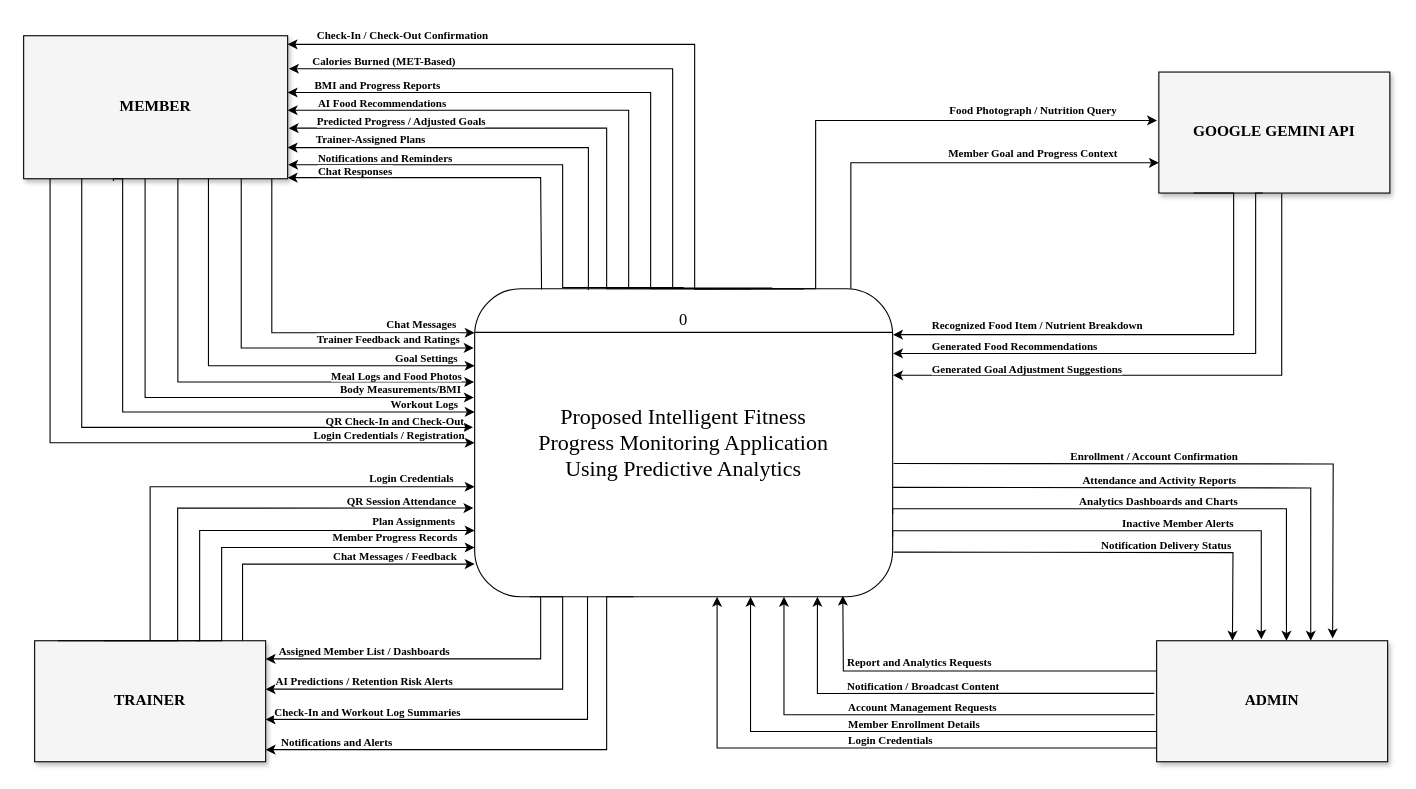
The draw.io diagram chapter123/ContextDiagramProposed.drawio in JohnPaul010505/capstsh, before the edit. Source tidied: cells renumbered, new cells numbered last; positions are measured from the earlier drawing's top-left corner, leaving out a move shared by most shapes. Both pictures are drawn from the tidied source at 110%, with x=0, y=0 at pixel (23, 19).
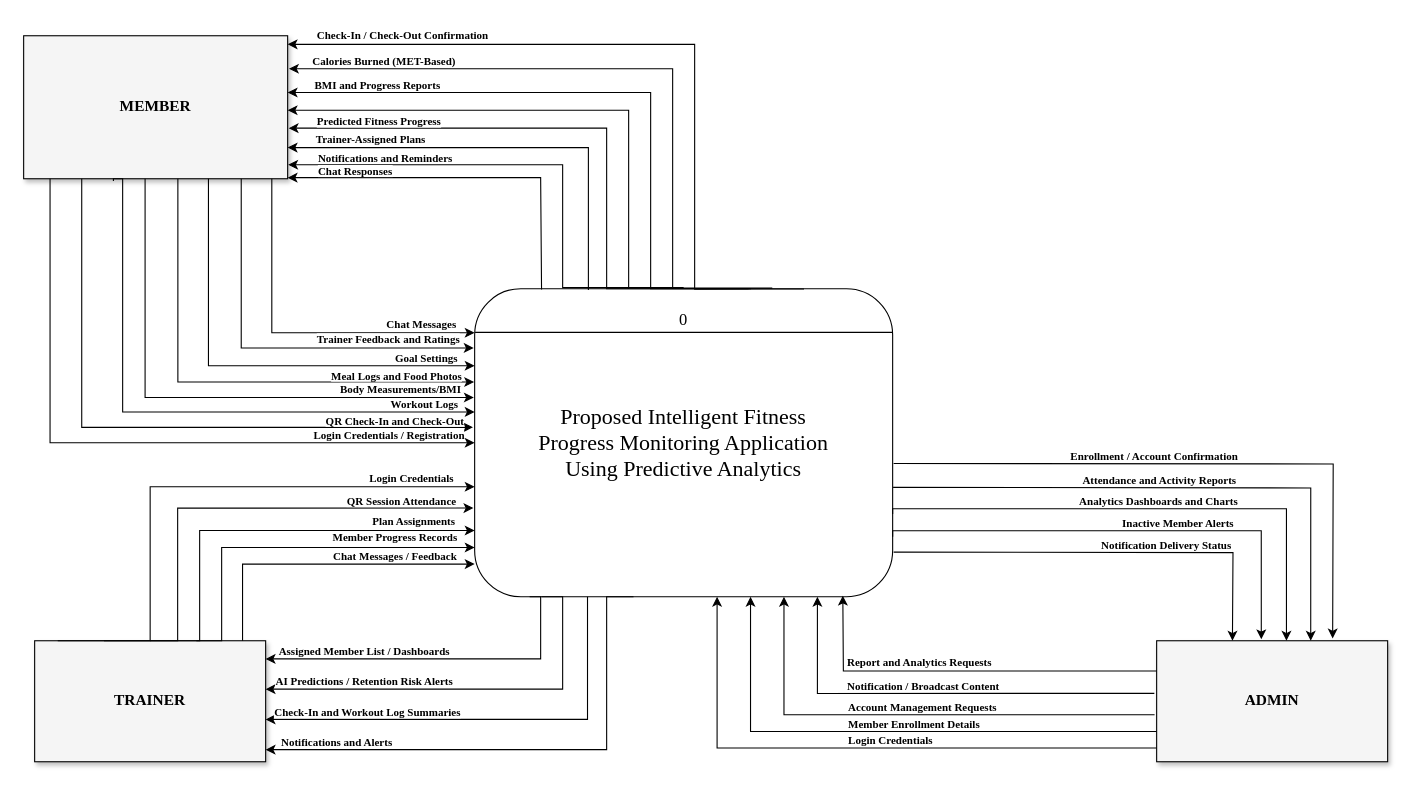
After the change.

Unchanged cells that the change refers to:
```xml
<mxCell id="6" value="&lt;font style=&quot;font-size: 15px;&quot;&gt;0&lt;/font&gt;&lt;br&gt;&lt;br&gt;&lt;font style=&quot;font-size: 20px;&quot;&gt;&lt;br&gt;&lt;/font&gt;&lt;div&gt;&lt;br&gt;&lt;/div&gt;&lt;div&gt;&lt;br&gt;&lt;/div&gt;&lt;div&gt;&lt;font style=&quot;font-size: 20px;&quot;&gt;Proposed Intelligent Fitness&lt;br&gt;Progress Monitoring Application&lt;br&gt;Using Predictive Analytics&lt;/font&gt;&lt;/div&gt;" style="rounded=1;whiteSpace=wrap;html=1;fontFamily=Times New Roman;fontSize=12;fillColor=none;strokeColor=#000000;verticalAlign=top;spacingTop=12;" parent="1" vertex="1">
  <mxGeometry x="410" y="245" width="380" height="280" as="geometry" />
</mxCell>
```

The edit, as a diff of the source:
```diff
@@
-    <mxCell id="3" value="GOOGLE GEMINI API" style="rounded=0;whiteSpace=wrap;html=1;fontFamily=Times New Roman;fontSize=14;fontStyle=1;fillColor=#F5F5F5;strokeColor=#000000;shadow=1;" parent="1" vertex="1">
-      <mxGeometry x="1032" y="48" width="210" height="110" as="geometry" />
-    </mxCell>
@@
-    <mxCell id="32" style="edgeStyle=orthogonalEdgeStyle;rounded=0;html=1;endArrow=classic;endFill=1;fontFamily=Times New Roman;fontSize=10;labelBackgroundColor=#FFFFFF;strokeColor=#000000;exitX=0.65;exitY=0;exitDx=0;exitDy=0;entryX=-0.008;entryY=0.4;entryDx=0;entryDy=0;entryPerimeter=0;" parent="1" edge="1" source="6" target="3">
-      <mxGeometry relative="1" as="geometry">
-        <Array as="points">
-          <mxPoint x="720" y="245" />
-          <mxPoint x="720" y="92" />
-        </Array>
-      </mxGeometry>
-    </mxCell>
-    <mxCell id="33" style="edgeStyle=orthogonalEdgeStyle;rounded=0;html=1;endArrow=classic;endFill=1;fontFamily=Times New Roman;fontSize=10;labelBackgroundColor=#FFFFFF;strokeColor=#000000;exitX=0.90;exitY=0;exitDx=0;exitDy=0;entryX=0;entryY=0.75;entryDx=0;entryDy=0;" parent="1" edge="1" source="6" target="3">
-      <mxGeometry relative="1" as="geometry" />
-    </mxCell>
-    <mxCell id="34" style="edgeStyle=orthogonalEdgeStyle;rounded=0;html=1;endArrow=classic;endFill=1;fontFamily=Times New Roman;fontSize=10;labelBackgroundColor=#FFFFFF;strokeColor=#000000;exitX=0.15;exitY=1;exitDx=0;exitDy=0;entryX=1.001;entryY=0.149;entryDx=0;entryDy=0;entryPerimeter=0;" parent="1" edge="1" source="3" target="6">
-      <mxGeometry relative="1" as="geometry">
-        <Array as="points">
-          <mxPoint x="1100" y="158" />
-          <mxPoint x="1100" y="286.7" />
-        </Array>
-      </mxGeometry>
-    </mxCell>
-    <mxCell id="35" style="edgeStyle=orthogonalEdgeStyle;rounded=0;html=1;endArrow=classic;endFill=1;fontFamily=Times New Roman;fontSize=10;labelBackgroundColor=#FFFFFF;strokeColor=#000000;exitX=0.45;exitY=1;exitDx=0;exitDy=0;entryX=1.001;entryY=0.21;entryDx=0;entryDy=0;entryPerimeter=0;" parent="1" edge="1" source="3" target="6">
-      <mxGeometry relative="1" as="geometry">
-        <Array as="points">
-          <mxPoint x="1120" y="158" />
-          <mxPoint x="1120" y="303.8" />
-        </Array>
-      </mxGeometry>
-    </mxCell>
-    <mxCell id="36" style="edgeStyle=orthogonalEdgeStyle;rounded=0;html=1;endArrow=classic;endFill=1;fontFamily=Times New Roman;fontSize=10;labelBackgroundColor=#FFFFFF;strokeColor=#000000;exitX=0.532;exitY=1.006;exitDx=0;exitDy=0;entryX=1.009;entryY=0.281;entryDx=0;entryDy=0;entryPerimeter=0;exitPerimeter=0;" parent="1" edge="1" source="3">
-      <mxGeometry relative="1" as="geometry">
-        <mxPoint x="790.4" y="323.7" as="targetPoint" />
-        <Array as="points">
-          <mxPoint x="1143.7" y="323.7" />
-        </Array>
-      </mxGeometry>
-    </mxCell>
@@
-    <mxCell id="68" value="&lt;span style=&quot;color: rgb(0, 0, 0); font-family: &amp;quot;Times New Roman&amp;quot;; font-size: 10px; font-style: normal; font-variant-ligatures: normal; font-variant-caps: normal; letter-spacing: normal; orphans: 2; text-align: center; text-indent: 0px; text-transform: none; widows: 2; word-spacing: 0px; -webkit-text-stroke-width: 0px; white-space: nowrap; background-color: rgb(255, 255, 255); text-decoration-thickness: initial; text-decoration-style: initial; text-decoration-color: initial; float: none; display: inline !important;&quot;&gt;AI Food Recommendations&lt;/span&gt;" style="text;whiteSpace=wrap;html=1;fontStyle=1;" parent="1" vertex="1">
-      <mxGeometry x="266" y="62" width="140" height="40" as="geometry" />
-    </mxCell>
-    <mxCell id="69" value="&lt;span style=&quot;color: rgb(0, 0, 0); font-family: &amp;quot;Times New Roman&amp;quot;; font-size: 10px; font-style: normal; font-variant-ligatures: normal; font-variant-caps: normal; letter-spacing: normal; orphans: 2; text-align: center; text-indent: 0px; text-transform: none; widows: 2; word-spacing: 0px; -webkit-text-stroke-width: 0px; white-space: nowrap; background-color: rgb(255, 255, 255); text-decoration-thickness: initial; text-decoration-style: initial; text-decoration-color: initial; float: none; display: inline !important;&quot;&gt;Predicted Progress / Adjusted Goals&lt;/span&gt;" style="text;whiteSpace=wrap;html=1;fontStyle=1;" parent="1" vertex="1">
+    <mxCell id="69" value="&lt;span style=&quot;color: rgb(0, 0, 0); font-family: &amp;quot;Times New Roman&amp;quot;; font-size: 10px; font-style: normal; font-variant-ligatures: normal; font-variant-caps: normal; letter-spacing: normal; orphans: 2; text-align: center; text-indent: 0px; text-transform: none; widows: 2; word-spacing: 0px; -webkit-text-stroke-width: 0px; white-space: nowrap; background-color: rgb(255, 255, 255); text-decoration-thickness: initial; text-decoration-style: initial; text-decoration-color: initial; float: none; display: inline !important;&quot;&gt;Predicted Fitness Progress&lt;/span&gt;" style="text;whiteSpace=wrap;html=1;fontStyle=1;" parent="1" vertex="1">
       <mxGeometry x="265" y="79" width="180" height="40" as="geometry" />
     </mxCell>
@@
-    <mxCell id="73" value="&lt;span style=&quot;color: rgb(0, 0, 0); font-family: &amp;quot;Times New Roman&amp;quot;; font-size: 10px; font-style: normal; font-variant-ligatures: normal; font-variant-caps: normal; letter-spacing: normal; orphans: 2; text-align: center; text-indent: 0px; text-transform: none; widows: 2; word-spacing: 0px; -webkit-text-stroke-width: 0px; white-space: nowrap; background-color: rgb(255, 255, 255); text-decoration-thickness: initial; text-decoration-style: initial; text-decoration-color: initial; float: none; display: inline !important;&quot;&gt;Food Photograph / Nutrition Query&lt;/span&gt;" style="text;whiteSpace=wrap;html=1;fontStyle=1;" parent="1" vertex="1">
-      <mxGeometry x="840" y="69" width="170" height="40" as="geometry" />
-    </mxCell>
-    <mxCell id="74" value="&lt;span style=&quot;color: rgb(0, 0, 0); font-family: &amp;quot;Times New Roman&amp;quot;; font-size: 10px; font-style: normal; font-variant-ligatures: normal; font-variant-caps: normal; letter-spacing: normal; orphans: 2; text-align: center; text-indent: 0px; text-transform: none; widows: 2; word-spacing: 0px; -webkit-text-stroke-width: 0px; white-space: nowrap; background-color: rgb(255, 255, 255); text-decoration-thickness: initial; text-decoration-style: initial; text-decoration-color: initial; float: none; display: inline !important;&quot;&gt;Member Goal and Progress Context&lt;/span&gt;" style="text;whiteSpace=wrap;html=1;fontStyle=1;" parent="1" vertex="1">
-      <mxGeometry x="839" y="108" width="180" height="40" as="geometry" />
-    </mxCell>
-    <mxCell id="75" value="&lt;span style=&quot;color: rgb(0, 0, 0); font-family: &amp;quot;Times New Roman&amp;quot;; font-size: 10px; font-style: normal; font-variant-ligatures: normal; font-variant-caps: normal; letter-spacing: normal; orphans: 2; text-align: center; text-indent: 0px; text-transform: none; widows: 2; word-spacing: 0px; -webkit-text-stroke-width: 0px; white-space: nowrap; background-color: rgb(255, 255, 255); text-decoration-thickness: initial; text-decoration-style: initial; text-decoration-color: initial; float: none; display: inline !important;&quot;&gt;Recognized Food Item / Nutrient Breakdown&lt;/span&gt;" style="text;whiteSpace=wrap;html=1;fontStyle=1;" parent="1" vertex="1">
-      <mxGeometry x="824" y="264" width="210" height="40" as="geometry" />
-    </mxCell>
-    <mxCell id="76" value="&lt;span style=&quot;color: rgb(0, 0, 0); font-family: &amp;quot;Times New Roman&amp;quot;; font-size: 10px; font-style: normal; font-variant-ligatures: normal; font-variant-caps: normal; letter-spacing: normal; orphans: 2; text-align: center; text-indent: 0px; text-transform: none; widows: 2; word-spacing: 0px; -webkit-text-stroke-width: 0px; white-space: nowrap; background-color: rgb(255, 255, 255); text-decoration-thickness: initial; text-decoration-style: initial; text-decoration-color: initial; float: none; display: inline !important;&quot;&gt;Generated Food Recommendations&lt;/span&gt;" style="text;whiteSpace=wrap;html=1;fontStyle=1;" parent="1" vertex="1">
-      <mxGeometry x="824" y="283" width="170" height="40" as="geometry" />
-    </mxCell>
-    <mxCell id="77" value="&lt;span style=&quot;color: rgb(0, 0, 0); font-family: &amp;quot;Times New Roman&amp;quot;; font-size: 10px; font-style: normal; font-variant-ligatures: normal; font-variant-caps: normal; letter-spacing: normal; orphans: 2; text-align: center; text-indent: 0px; text-transform: none; widows: 2; word-spacing: 0px; -webkit-text-stroke-width: 0px; white-space: nowrap; background-color: rgb(255, 255, 255); text-decoration-thickness: initial; text-decoration-style: initial; text-decoration-color: initial; float: none; display: inline !important;&quot;&gt;Generated Goal Adjustment Suggestions&lt;/span&gt;" style="text;whiteSpace=wrap;html=1;fontStyle=1;" parent="1" vertex="1">
-      <mxGeometry x="824" y="304" width="200" height="40" as="geometry" />
-    </mxCell>
```
